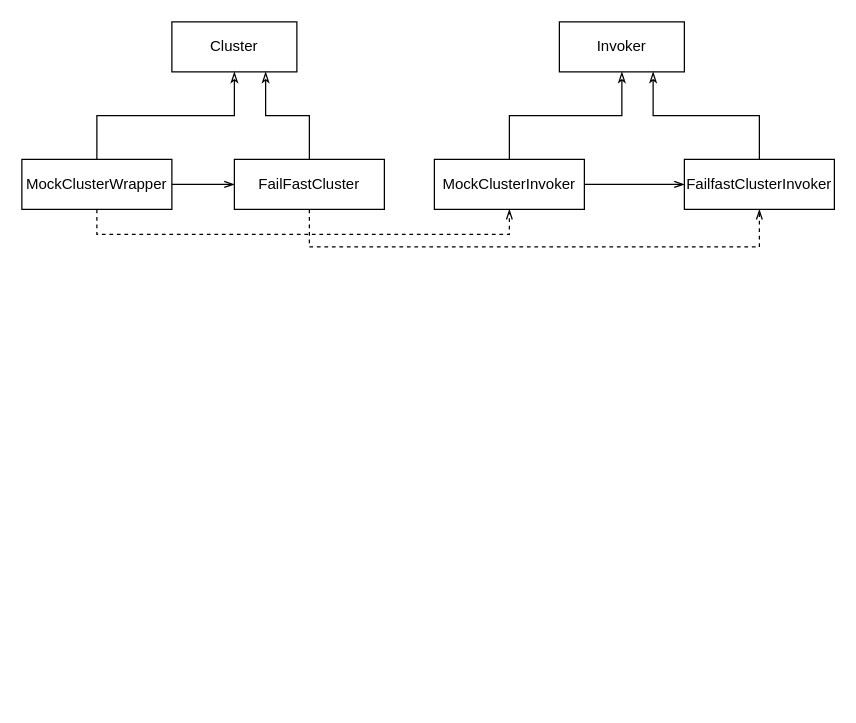
Above: dubbo.drawio in MihirrajDixit/drawio (draw.io), before the change. Source tidied: cells renumbered, new cells numbered last; positions are measured from the earlier drawing's top-left corner, leaving out a move shared by most shapes. Both pictures are drawn from the tidied source at 125%, with x=0, y=0 at pixel (21, 21).
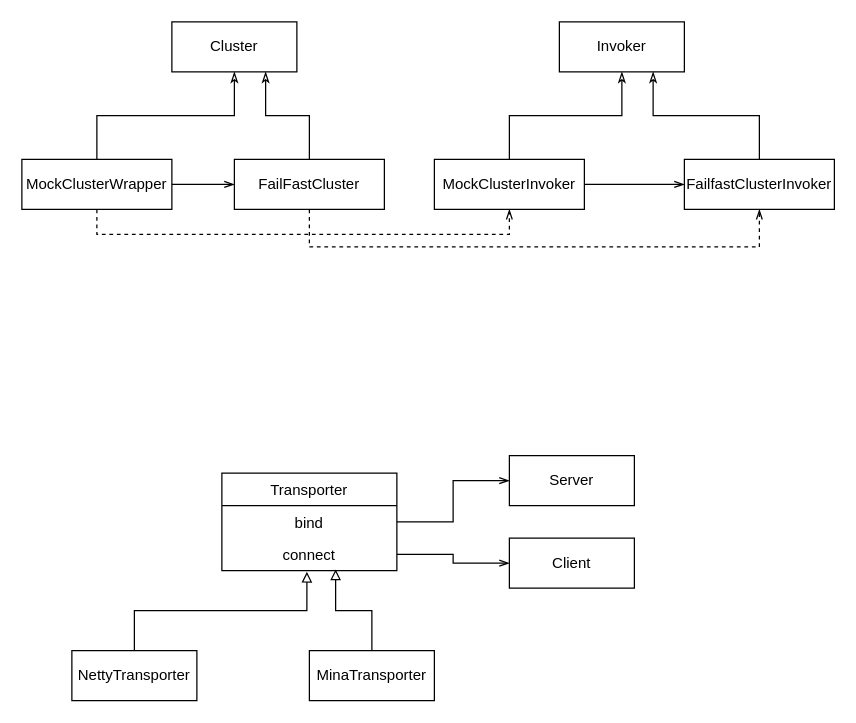
Above is the later version.

Diff of the diagram source:
```diff
@@
+    <mxCell id="16" style="edgeStyle=orthogonalEdgeStyle;rounded=0;jettySize=auto;html=1;exitX=0.5;exitY=0;exitDx=0;exitDy=0;entryX=0.486;entryY=1.038;entryDx=0;entryDy=0;entryPerimeter=0;endArrow=block;endFill=0;" parent="1" edge="1" source="17" target="20">
+      <mxGeometry relative="1" as="geometry" />
+    </mxCell>
+    <mxCell id="17" value="NettyTransporter" style="rounded=0;whiteSpace=wrap;html=1;" parent="1" vertex="1">
+      <mxGeometry x="40" y="503" width="100" height="40" as="geometry" />
+    </mxCell>
+    <mxCell id="18" value="Transporter" style="swimlane;fontStyle=0;horizontal=1;startSize=26;fillColor=none;" parent="1" vertex="1">
+      <mxGeometry x="160" y="361" width="140" height="78" as="geometry" />
+    </mxCell>
+    <mxCell id="19" value="bind" style="text;strokeColor=none;fillColor=none;align=center;verticalAlign=top;spacingLeft=4;spacingRight=4;overflow=hidden;points=[[0,0.5],[1,0.5]];portConstraint=eastwest;" parent="18" vertex="1">
+      <mxGeometry y="26" width="140" height="26" as="geometry" />
+    </mxCell>
+    <mxCell id="20" value="connect" style="text;strokeColor=none;fillColor=none;align=center;verticalAlign=top;spacingLeft=4;spacingRight=4;overflow=hidden;points=[[0,0.5],[1,0.5]];portConstraint=eastwest;" parent="18" vertex="1">
+      <mxGeometry y="52" width="140" height="26" as="geometry" />
+    </mxCell>
+    <mxCell id="21" value="Server" style="rounded=0;whiteSpace=wrap;html=1;" parent="1" vertex="1">
+      <mxGeometry x="390" y="347" width="100" height="40" as="geometry" />
+    </mxCell>
+    <mxCell id="22" value="Client" style="rounded=0;whiteSpace=wrap;html=1;" parent="1" vertex="1">
+      <mxGeometry x="390" y="413" width="100" height="40" as="geometry" />
+    </mxCell>
+    <mxCell id="23" style="edgeStyle=orthogonalEdgeStyle;rounded=0;jettySize=auto;html=1;exitX=1;exitY=0.5;exitDx=0;exitDy=0;entryX=0;entryY=0.5;entryDx=0;entryDy=0;endArrow=openThin;endFill=0;" parent="1" edge="1" source="19" target="21">
+      <mxGeometry relative="1" as="geometry" />
+    </mxCell>
+    <mxCell id="24" style="edgeStyle=orthogonalEdgeStyle;rounded=0;jettySize=auto;html=1;exitX=1;exitY=0.5;exitDx=0;exitDy=0;entryX=0;entryY=0.5;entryDx=0;entryDy=0;endArrow=openThin;endFill=0;" parent="1" edge="1" source="20" target="22">
+      <mxGeometry relative="1" as="geometry" />
+    </mxCell>
+    <mxCell id="25" style="edgeStyle=orthogonalEdgeStyle;rounded=0;jettySize=auto;html=1;exitX=0.5;exitY=0;exitDx=0;exitDy=0;entryX=0.65;entryY=0.962;entryDx=0;entryDy=0;entryPerimeter=0;endArrow=block;endFill=0;" parent="1" edge="1" source="26" target="20">
+      <mxGeometry relative="1" as="geometry" />
+    </mxCell>
+    <mxCell id="26" value="MinaTransporter" style="rounded=0;whiteSpace=wrap;html=1;" parent="1" vertex="1">
+      <mxGeometry x="230" y="503" width="100" height="40" as="geometry" />
+    </mxCell>
```
